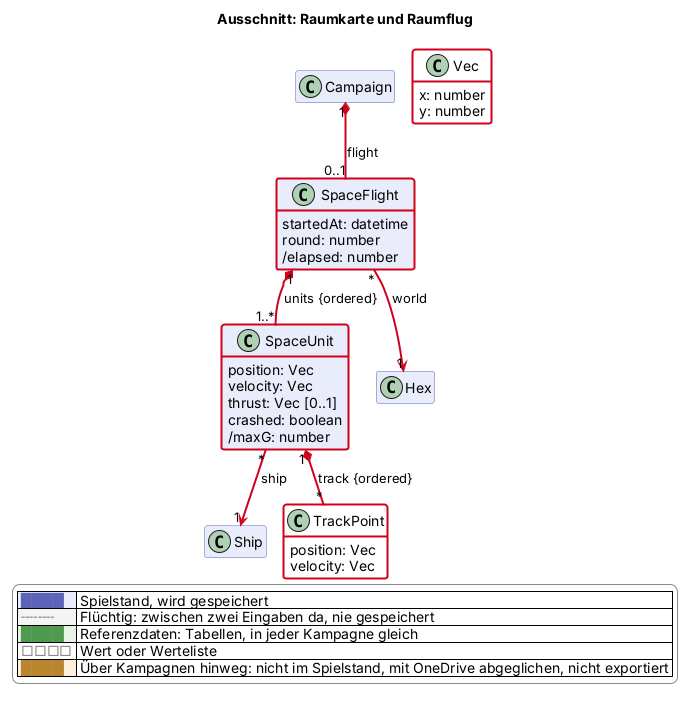
Before: docs/views/raum.png, a diagram exported from PlantUML (scuzzar/SRE). The source it was exported from:
```plantuml
@startuml
!if %not(%variable_exists("$change"))
!$change = "*"
!endif
!function $marked($c)
!return $change == "*" || $change == $c
!endfunction
!function $new($c, $t)
!if $marked($c)
!return "<color:#d0021b><b>" + $t + "</b></color>"
!endif
!return $t
!endfunction
!procedure $gone($c, $t)
!if $marked($c)
<color:#d0021b><s>$t</s></color>
!endif
!endprocedure
!function $newClass($c)
!if $marked($c)
!return "#line:d0021b;line.bold"
!endif
!return ""
!endfunction
!function $newArrow($c)
!if $marked($c)
!return "[#d0021b,bold]"
!endif
!return ""
!endfunction
!function $goneArrow($c)
!if $marked($c)
!return "[#d0021b,dashed]"
!endif
!return ""
!endfunction
!pragma layout smetana
title Ausschnitt: Raumkarte und Raumflug
hide empty members
hide methods
skinparam classAttributeIconSize 0
skinparam shadowing false
skinparam packageStyle rectangle
skinparam class {
  BackgroundColor #e8ecfb
  BorderColor #5b64b8
  BackgroundColor<<transient>> #f4f4f4
  BorderColor<<transient>> #8a8a8a
  BackgroundColor<<reference>> #e6f4e6
  BorderColor<<reference>> #4f9a4f
  BackgroundColor<<value>> #ffffff
  BorderColor<<value>> #8a8a8a
  BackgroundColor<<browser>> #fdf1dc
  BorderColor<<browser>> #b8862e
}
skinparam legendBackgroundColor #ffffff
skinparam legendBorderColor #8a8a8a
<style>
classDiagram {
  class {
    .transient {
      LineStyle 5-3
    }
  }
}
</style>
hide <<transient>> stereotype
hide <<reference>> stereotype
hide <<value>> stereotype
hide <<browser>> stereotype

  class Campaign $kampagne

  class Ship $schiffe

  class SpaceFlight $raum $newClass("2026-11-18") {
    startedAt: datetime
    round: number
    /elapsed: number
  }
  class SpaceUnit $raum $newClass("2026-11-18") {
    position: Vec
    velocity: Vec
    thrust: Vec [0..1]
    crashed: boolean
    /maxG: number
  }
  class TrackPoint <<value>> $raum $newClass("2026-11-18") {
    position: Vec
    velocity: Vec
  }
  class Vec <<value>> $raum $newClass("2026-11-18") {
    x: number
    y: number
  }


  class Hex $sektor







Campaign "1" *-$newArrow("2026-11-18")- "0..1" SpaceFlight : flight
SpaceFlight "*" -$newArrow("2026-11-18")-> "1" Hex : world
SpaceFlight "1" *-$newArrow("2026-11-18")- "1..*" SpaceUnit : units {ordered}
SpaceUnit "*" -$newArrow("2026-11-18")-> "1" Ship : ship
SpaceUnit "1" *-$newArrow("2026-11-18")- "*" TrackPoint : track {ordered}













legend right
  |<#e8ecfb> <color:#5b64b8>████</color> | Spielstand, wird gespeichert |
  |<#f4f4f4> <color:#8a8a8a>╌╌╌╌</color> | Flüchtig: zwischen zwei Eingaben da, nie gespeichert |
  |<#e6f4e6> <color:#4f9a4f>████</color> | Referenzdaten: Tabellen, in jeder Kampagne gleich |
  |<#ffffff> <color:#8a8a8a>□□□□</color> | Wert oder Werteliste |
  |<#fdf1dc> <color:#b8862e>████</color> | Über Kampagnen hinweg: nicht im Spielstand, mit OneDrive abgeglichen, nicht exportiert |
endlegend
@enduml
```
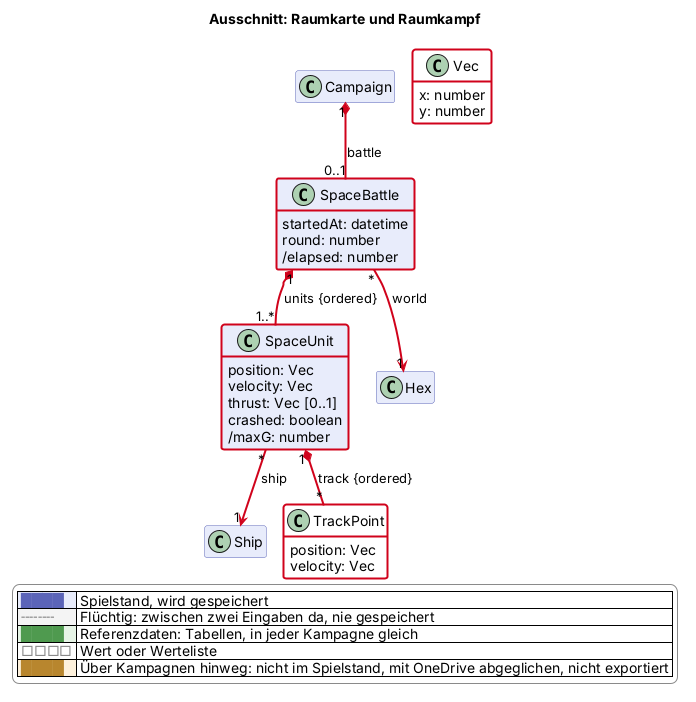
The same file after the commit.

Diff of the diagram source:
```diff
@@ -35,7 +35,7 @@
 !return ""
 !endfunction
 !pragma layout smetana
-title Ausschnitt: Raumkarte und Raumflug
+title Ausschnitt: Raumkarte und Raumkampf
 hide empty members
 hide methods
 skinparam classAttributeIconSize 0
@@ -73,7 +73,7 @@
 
   class Ship $schiffe
 
-  class SpaceFlight $raum $newClass("2026-11-18") {
+  class SpaceBattle $raum $newClass("2026-11-18") {
     startedAt: datetime
     round: number
     /elapsed: number
@@ -103,9 +103,9 @@
 
 
 
-Campaign "1" *-$newArrow("2026-11-18")- "0..1" SpaceFlight : flight
-SpaceFlight "*" -$newArrow("2026-11-18")-> "1" Hex : world
-SpaceFlight "1" *-$newArrow("2026-11-18")- "1..*" SpaceUnit : units {ordered}
+Campaign "1" *-$newArrow("2026-11-18")- "0..1" SpaceBattle : battle
+SpaceBattle "*" -$newArrow("2026-11-18")-> "1" Hex : world
+SpaceBattle "1" *-$newArrow("2026-11-18")- "1..*" SpaceUnit : units {ordered}
 SpaceUnit "*" -$newArrow("2026-11-18")-> "1" Ship : ship
 SpaceUnit "1" *-$newArrow("2026-11-18")- "*" TrackPoint : track {ordered}
 
```
